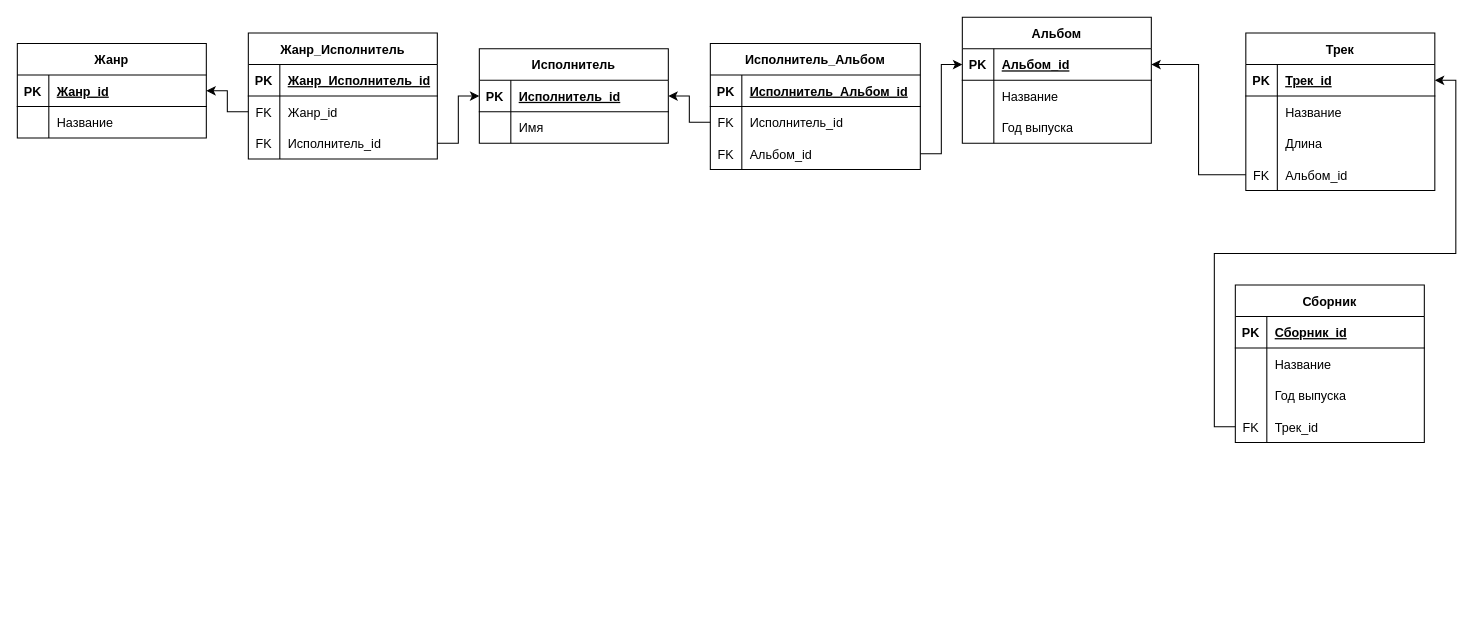
Earlier version of the draw.io diagram Диаграмма без названия.drawio (gooder08/diagrams). Source tidied: cells renumbered, new cells numbered last; positions are measured from the earlier drawing's top-left corner, leaving out a move shared by most shapes. Both pictures are drawn from the tidied source at 105%, with x=0, y=0 at pixel (17, 17).
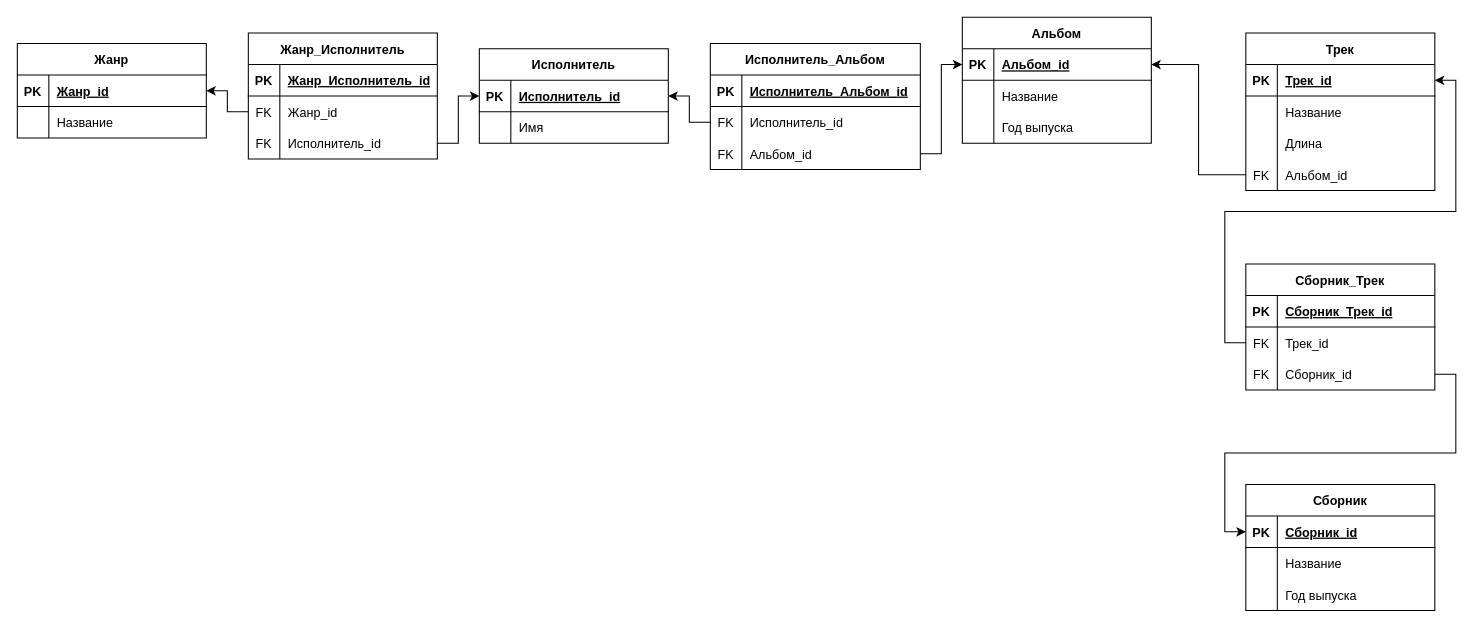
The same diagram, later.

Unchanged cells that the change refers to:
```xml
<mxCell id="27" style="shape=tableRow;horizontal=0;startSize=0;swimlaneHead=0;swimlaneBody=0;fillColor=none;points=[[0,0.5],[1,0.5]];portConstraint=eastwest;top=0;left=0;right=0;bottom=1;" parent="26" vertex="1">
  <mxGeometry y="30" width="180" height="30" as="geometry" />
</mxCell>
<mxCell id="65" style="shape=tableRow;horizontal=0;startSize=0;swimlaneHead=0;swimlaneBody=0;fillColor=none;points=[[0,0.5],[1,0.5]];portConstraint=eastwest;top=0;left=0;right=0;bottom=1;" parent="64" vertex="1">
  <mxGeometry y="30" width="180" height="30" as="geometry" />
</mxCell>
```

The edit, as a diff of the source:
```diff
@@
     <mxCell id="64" value="Сборник" style="shape=table;startSize=30;childLayout=tableLayout;rowLines=0;fontStyle=1;align=center;" parent="1" vertex="1">
-      <mxGeometry x="1160" y="255" width="180" height="150" as="geometry" />
+      <mxGeometry x="1170" y="445" width="180" height="120" as="geometry" />
     </mxCell>
@@
-    <mxCell id="74" style="shape=tableRow;horizontal=0;startSize=0;swimlaneHead=0;swimlaneBody=0;fillColor=none;points=[[0,0.5],[1,0.5]];portConstraint=eastwest;top=0;left=0;right=0;bottom=0;" parent="64" vertex="1">
-      <mxGeometry y="120" width="180" height="30" as="geometry" />
-    </mxCell>
-    <mxCell id="75" value="FK" style="shape=partialRectangle;fillColor=none;top=0;left=0;bottom=0;right=0;overflow=hidden;" parent="74" vertex="1">
-      <mxGeometry width="30" height="30" as="geometry" />
-    </mxCell>
+    <mxCell id="78" value="Сборник_Трек" style="shape=table;startSize=30;childLayout=tableLayout;rowLines=0;fontStyle=1;align=center;" parent="1" vertex="1">
+      <mxGeometry x="1170" y="235" width="180" height="120" as="geometry" />
+    </mxCell>
+    <mxCell id="79" style="shape=tableRow;horizontal=0;startSize=0;swimlaneHead=0;swimlaneBody=0;fillColor=none;top=0;left=0;right=0;bottom=1;" parent="78" vertex="1">
+      <mxGeometry y="30" width="180" height="30" as="geometry" />
+    </mxCell>
+    <mxCell id="80" value="PK" style="shape=partialRectangle;fillColor=none;top=0;left=0;bottom=0;right=0;fontStyle=1;overflow=hidden;" parent="79" vertex="1">
+      <mxGeometry width="30" height="30" as="geometry" />
+    </mxCell>
+    <mxCell id="81" value="Сборник_Трек_id" style="shape=partialRectangle;fillColor=none;top=0;left=0;bottom=0;right=0;align=left;spacingLeft=6;fontStyle=5;overflow=hidden;" parent="79" vertex="1">
+      <mxGeometry x="30" width="150" height="30" as="geometry" />
+    </mxCell>
+    <mxCell id="82" style="shape=tableRow;horizontal=0;startSize=0;swimlaneHead=0;swimlaneBody=0;fillColor=none;points=[[0,0.5],[1,0.5]];portConstraint=eastwest;top=0;left=0;right=0;bottom=0;" parent="78" vertex="1">
+      <mxGeometry y="60" width="180" height="30" as="geometry" />
+    </mxCell>
+    <mxCell id="83" value="FK" style="shape=partialRectangle;fillColor=none;top=0;left=0;bottom=0;right=0;overflow=hidden;" parent="82" vertex="1">
+      <mxGeometry width="30" height="30" as="geometry" />
+    </mxCell>
-    <mxCell id="76" value="Трек_id" style="shape=partialRectangle;fillColor=none;top=0;left=0;bottom=0;right=0;align=left;spacingLeft=6;overflow=hidden;" parent="74" vertex="1">
+    <mxCell id="76" value="Трек_id" style="shape=partialRectangle;fillColor=none;top=0;left=0;bottom=0;right=0;align=left;spacingLeft=6;overflow=hidden;" parent="82" vertex="1">
       <mxGeometry x="30" width="150" height="30" as="geometry" />
     </mxCell>
-    <mxCell id="77" style="edgeStyle=orthogonalEdgeStyle;rounded=0;jettySize=auto;html=1;exitX=0;exitY=0.5;exitDx=0;exitDy=0;entryX=1;entryY=0.5;entryDx=0;entryDy=0;" parent="1" edge="1" source="74" target="27">
-      <mxGeometry relative="1" as="geometry" />
-    </mxCell>
+    <mxCell id="84" style="shape=tableRow;horizontal=0;startSize=0;swimlaneHead=0;swimlaneBody=0;fillColor=none;points=[[0,0.5],[1,0.5]];portConstraint=eastwest;top=0;left=0;right=0;bottom=0;" parent="78" vertex="1">
+      <mxGeometry y="90" width="180" height="30" as="geometry" />
+    </mxCell>
+    <mxCell id="85" value="FK" style="shape=partialRectangle;fillColor=none;top=0;left=0;bottom=0;right=0;overflow=hidden;" parent="84" vertex="1">
+      <mxGeometry width="30" height="30" as="geometry" />
+    </mxCell>
+    <mxCell id="86" value="Сборник_id" style="shape=partialRectangle;fillColor=none;top=0;left=0;bottom=0;right=0;align=left;spacingLeft=6;overflow=hidden;" parent="84" vertex="1">
+      <mxGeometry x="30" width="150" height="30" as="geometry" />
+    </mxCell>
+    <mxCell id="87" style="edgeStyle=orthogonalEdgeStyle;rounded=0;jettySize=auto;html=1;exitX=1;exitY=0.5;exitDx=0;exitDy=0;entryX=0;entryY=0.5;entryDx=0;entryDy=0;" parent="1" edge="1" source="84" target="65">
+      <mxGeometry relative="1" as="geometry" />
+    </mxCell>
+    <mxCell id="88" style="edgeStyle=orthogonalEdgeStyle;rounded=0;jettySize=auto;html=1;exitX=0;exitY=0.5;exitDx=0;exitDy=0;" parent="1" edge="1" source="82" target="27">
+      <mxGeometry relative="1" as="geometry" />
+    </mxCell>
```
